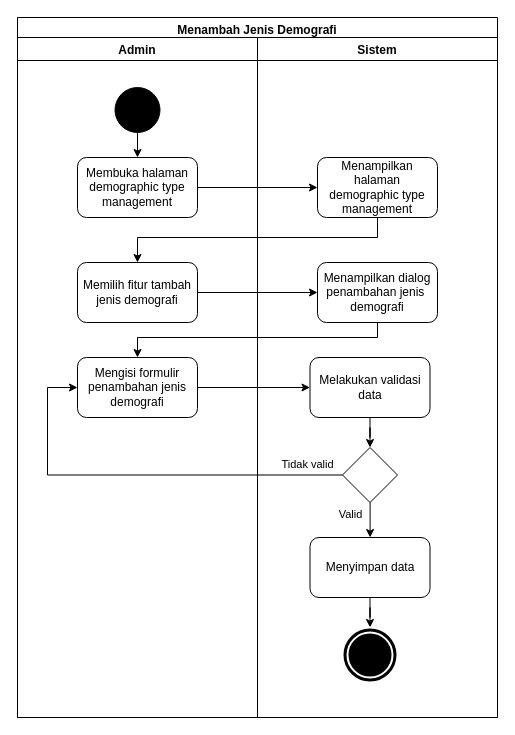
This is Diagram/Activity Diagram/30. menambah jenis demografi.drawio from techie-jhs/thesis, a draw.io file, before an edit. Source tidied: cells renumbered, new cells numbered last; positions are measured from the earlier drawing's top-left corner, leaving out a move shared by most shapes. Both pictures are drawn from the tidied source at 100%, with x=0, y=0 at pixel (17, 17).
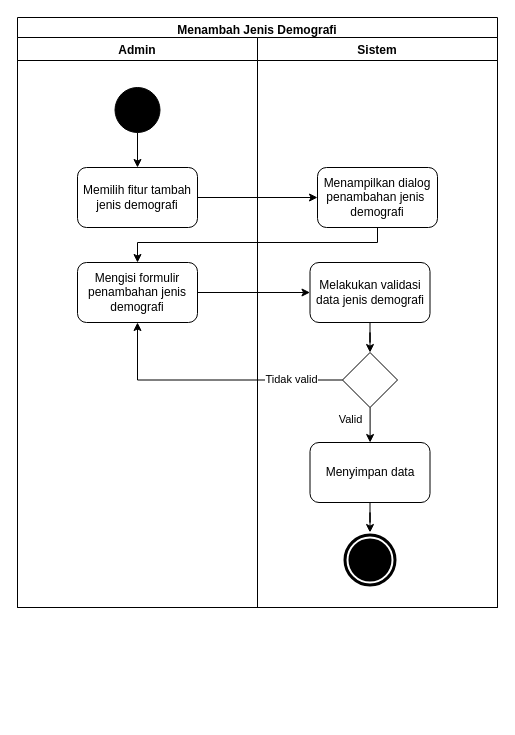
The same page after the edit.

Unchanged cells that the change refers to:
```xml
<mxCell id="5" style="ellipse;whiteSpace=wrap;html=1;fillColor=#000000;" parent="3" vertex="1">
  <mxGeometry x="97.5" y="50" width="45" height="45" as="geometry" />
</mxCell>
```

Diff of the diagram source:
```diff
@@
     <mxCell id="2" value="Menambah Jenis Demografi" style="swimlane;fillColor=none;" parent="1" vertex="1">
-      <mxGeometry width="480" height="700" as="geometry" />
+      <mxGeometry width="480" height="590" as="geometry" />
     </mxCell>
     <mxCell id="3" value="Admin" style="swimlane;" parent="2" vertex="1">
-      <mxGeometry y="20" width="240" height="680" as="geometry" />
+      <mxGeometry y="20" width="240" height="570" as="geometry" />
     </mxCell>
-    <mxCell id="4" style="edgeStyle=orthogonalEdgeStyle;rounded=0;jettySize=auto;html=1;" parent="3" edge="1" source="5" target="6">
-      <mxGeometry relative="1" as="geometry" />
-    </mxCell>
+    <mxCell id="26" style="edgeStyle=orthogonalEdgeStyle;rounded=0;jettySize=auto;html=1;" parent="3" edge="1" source="5" target="7">
+      <mxGeometry relative="1" as="geometry" />
+    </mxCell>
@@
-    <mxCell id="6" value="Membuka halaman demographic type management" style="rounded=1;whiteSpace=wrap;html=1;fillColor=none;" parent="3" vertex="1">
-      <mxGeometry x="60" y="120" width="120" height="60" as="geometry" />
-    </mxCell>
     <mxCell id="7" value="Memilih fitur tambah jenis demografi" style="rounded=1;whiteSpace=wrap;html=1;fillColor=none;" parent="3" vertex="1">
-      <mxGeometry x="60" y="225" width="120" height="60" as="geometry" />
+      <mxGeometry x="60" y="130" width="120" height="60" as="geometry" />
     </mxCell>
     <mxCell id="8" value="Sistem" style="swimlane;" parent="2" vertex="1">
-      <mxGeometry x="240" y="20" width="240" height="680" as="geometry" />
+      <mxGeometry x="240" y="20" width="240" height="570" as="geometry" />
     </mxCell>
-    <mxCell id="9" value="Menampilkan halaman demographic type management" style="rounded=1;whiteSpace=wrap;html=1;fillColor=none;" parent="8" vertex="1">
-      <mxGeometry x="60" y="120" width="120" height="60" as="geometry" />
-    </mxCell>
     <mxCell id="10" style="edgeStyle=orthogonalEdgeStyle;rounded=0;jettySize=auto;html=1;" parent="8" edge="1" source="11" target="13">
       <mxGeometry relative="1" as="geometry">
         <Array as="points">
-          <mxPoint x="120" y="300" />
-          <mxPoint x="-120" y="300" />
+          <mxPoint x="120" y="205" />
+          <mxPoint x="-120" y="205" />
         </Array>
       </mxGeometry>
     </mxCell>
     <mxCell id="11" value="Menampilkan dialog penambahan jenis&amp;nbsp; demografi" style="rounded=1;whiteSpace=wrap;html=1;fillColor=none;" parent="8" vertex="1">
-      <mxGeometry x="60" y="225" width="120" height="60" as="geometry" />
+      <mxGeometry x="60" y="130" width="120" height="60" as="geometry" />
     </mxCell>
@@
     <mxCell id="13" value="&lt;span&gt;Mengisi formulir penambahan jenis demografi&lt;/span&gt;" style="rounded=1;whiteSpace=wrap;html=1;fillColor=none;" parent="8" vertex="1">
-      <mxGeometry x="-180" y="320" width="120" height="60" as="geometry" />
+      <mxGeometry x="-180" y="225" width="120" height="60" as="geometry" />
     </mxCell>
-    <mxCell id="14" value="Melakukan validasi data" style="rounded=1;whiteSpace=wrap;html=1;fillColor=none;" parent="8" vertex="1">
-      <mxGeometry x="52.5" y="320" width="120" height="60" as="geometry" />
+    <mxCell id="14" value="Melakukan validasi data jenis demografi" style="rounded=1;whiteSpace=wrap;html=1;fillColor=none;" parent="8" vertex="1">
+      <mxGeometry x="52.5" y="225" width="120" height="60" as="geometry" />
     </mxCell>
     <mxCell id="15" value="Valid" style="edgeStyle=orthogonalEdgeStyle;rounded=0;orthogonalLoop=1;jettySize=auto;html=1;" parent="8" edge="1">
       <mxGeometry x="-0.33" y="-20" relative="1" as="geometry">
-        <mxPoint x="112.6" y="464.9" as="sourcePoint" />
-        <mxPoint x="112.6" y="500" as="targetPoint" />
+        <mxPoint x="112.6" y="369.9" as="sourcePoint" />
+        <mxPoint x="112.6" y="405" as="targetPoint" />
       </mxGeometry>
     </mxCell>
+    <mxCell id="20" style="edgeStyle=orthogonalEdgeStyle;rounded=0;jettySize=auto;html=1;entryX=0.5;entryY=1;entryDx=0;entryDy=0;" parent="8" edge="1" source="16" target="13">
+      <mxGeometry relative="1" as="geometry" />
+    </mxCell>
+    <mxCell id="21" value="Tidak valid" style="edgeLabel;html=1;align=center;verticalAlign=middle;" parent="20" vertex="1">
+      <mxGeometry x="-0.49" y="2" relative="1" as="geometry">
+        <mxPoint x="15" y="-3" as="offset" />
+      </mxGeometry>
+    </mxCell>
     <mxCell id="16" style="rhombus;whiteSpace=wrap;html=1;fillColor=none;" parent="8" vertex="1">
-      <mxGeometry x="85" y="410" width="55" height="55" as="geometry" />
+      <mxGeometry x="85" y="315" width="55" height="55" as="geometry" />
     </mxCell>
@@
     <mxCell id="18" value="Menyimpan data" style="rounded=1;whiteSpace=wrap;html=1;fillColor=none;" parent="8" vertex="1">
-      <mxGeometry x="52.5" y="500" width="120" height="60" as="geometry" />
+      <mxGeometry x="52.5" y="405" width="120" height="60" as="geometry" />
     </mxCell>
@@
-    <mxCell id="20" style="edgeStyle=orthogonalEdgeStyle;rounded=0;jettySize=auto;html=1;entryX=0;entryY=0.5;entryDx=0;entryDy=0;exitX=0;exitY=0.5;exitDx=0;exitDy=0;" parent="8" edge="1" source="16" target="13">
-      <mxGeometry relative="1" as="geometry">
-        <Array as="points">
-          <mxPoint x="-210" y="438" />
-          <mxPoint x="-210" y="350" />
-        </Array>
-      </mxGeometry>
-    </mxCell>
-    <mxCell id="21" value="Tidak valid" style="edgeLabel;html=1;align=center;verticalAlign=middle;" parent="20" vertex="1">
-      <mxGeometry x="-0.82" y="-2" relative="1" as="geometry">
-        <mxPoint x="1" y="-9" as="offset" />
-      </mxGeometry>
-    </mxCell>
     <mxCell id="22" style="ellipse;shape=doubleEllipse;whiteSpace=wrap;html=1;fillColor=#000000;strokeColor=#FFFFFF;strokeWidth=2;" parent="8" vertex="1">
-      <mxGeometry x="85" y="590" width="55" height="55" as="geometry" />
+      <mxGeometry x="85" y="495" width="55" height="55" as="geometry" />
     </mxCell>
-    <mxCell id="23" style="edgeStyle=orthogonalEdgeStyle;rounded=0;jettySize=auto;html=1;" parent="2" edge="1" source="6" target="9">
-      <mxGeometry relative="1" as="geometry" />
-    </mxCell>
-    <mxCell id="24" style="edgeStyle=orthogonalEdgeStyle;rounded=0;jettySize=auto;html=1;" parent="2" edge="1" source="9" target="7">
-      <mxGeometry relative="1" as="geometry">
-        <Array as="points">
-          <mxPoint x="360" y="220" />
-          <mxPoint x="120" y="220" />
-        </Array>
-      </mxGeometry>
-    </mxCell>
```
